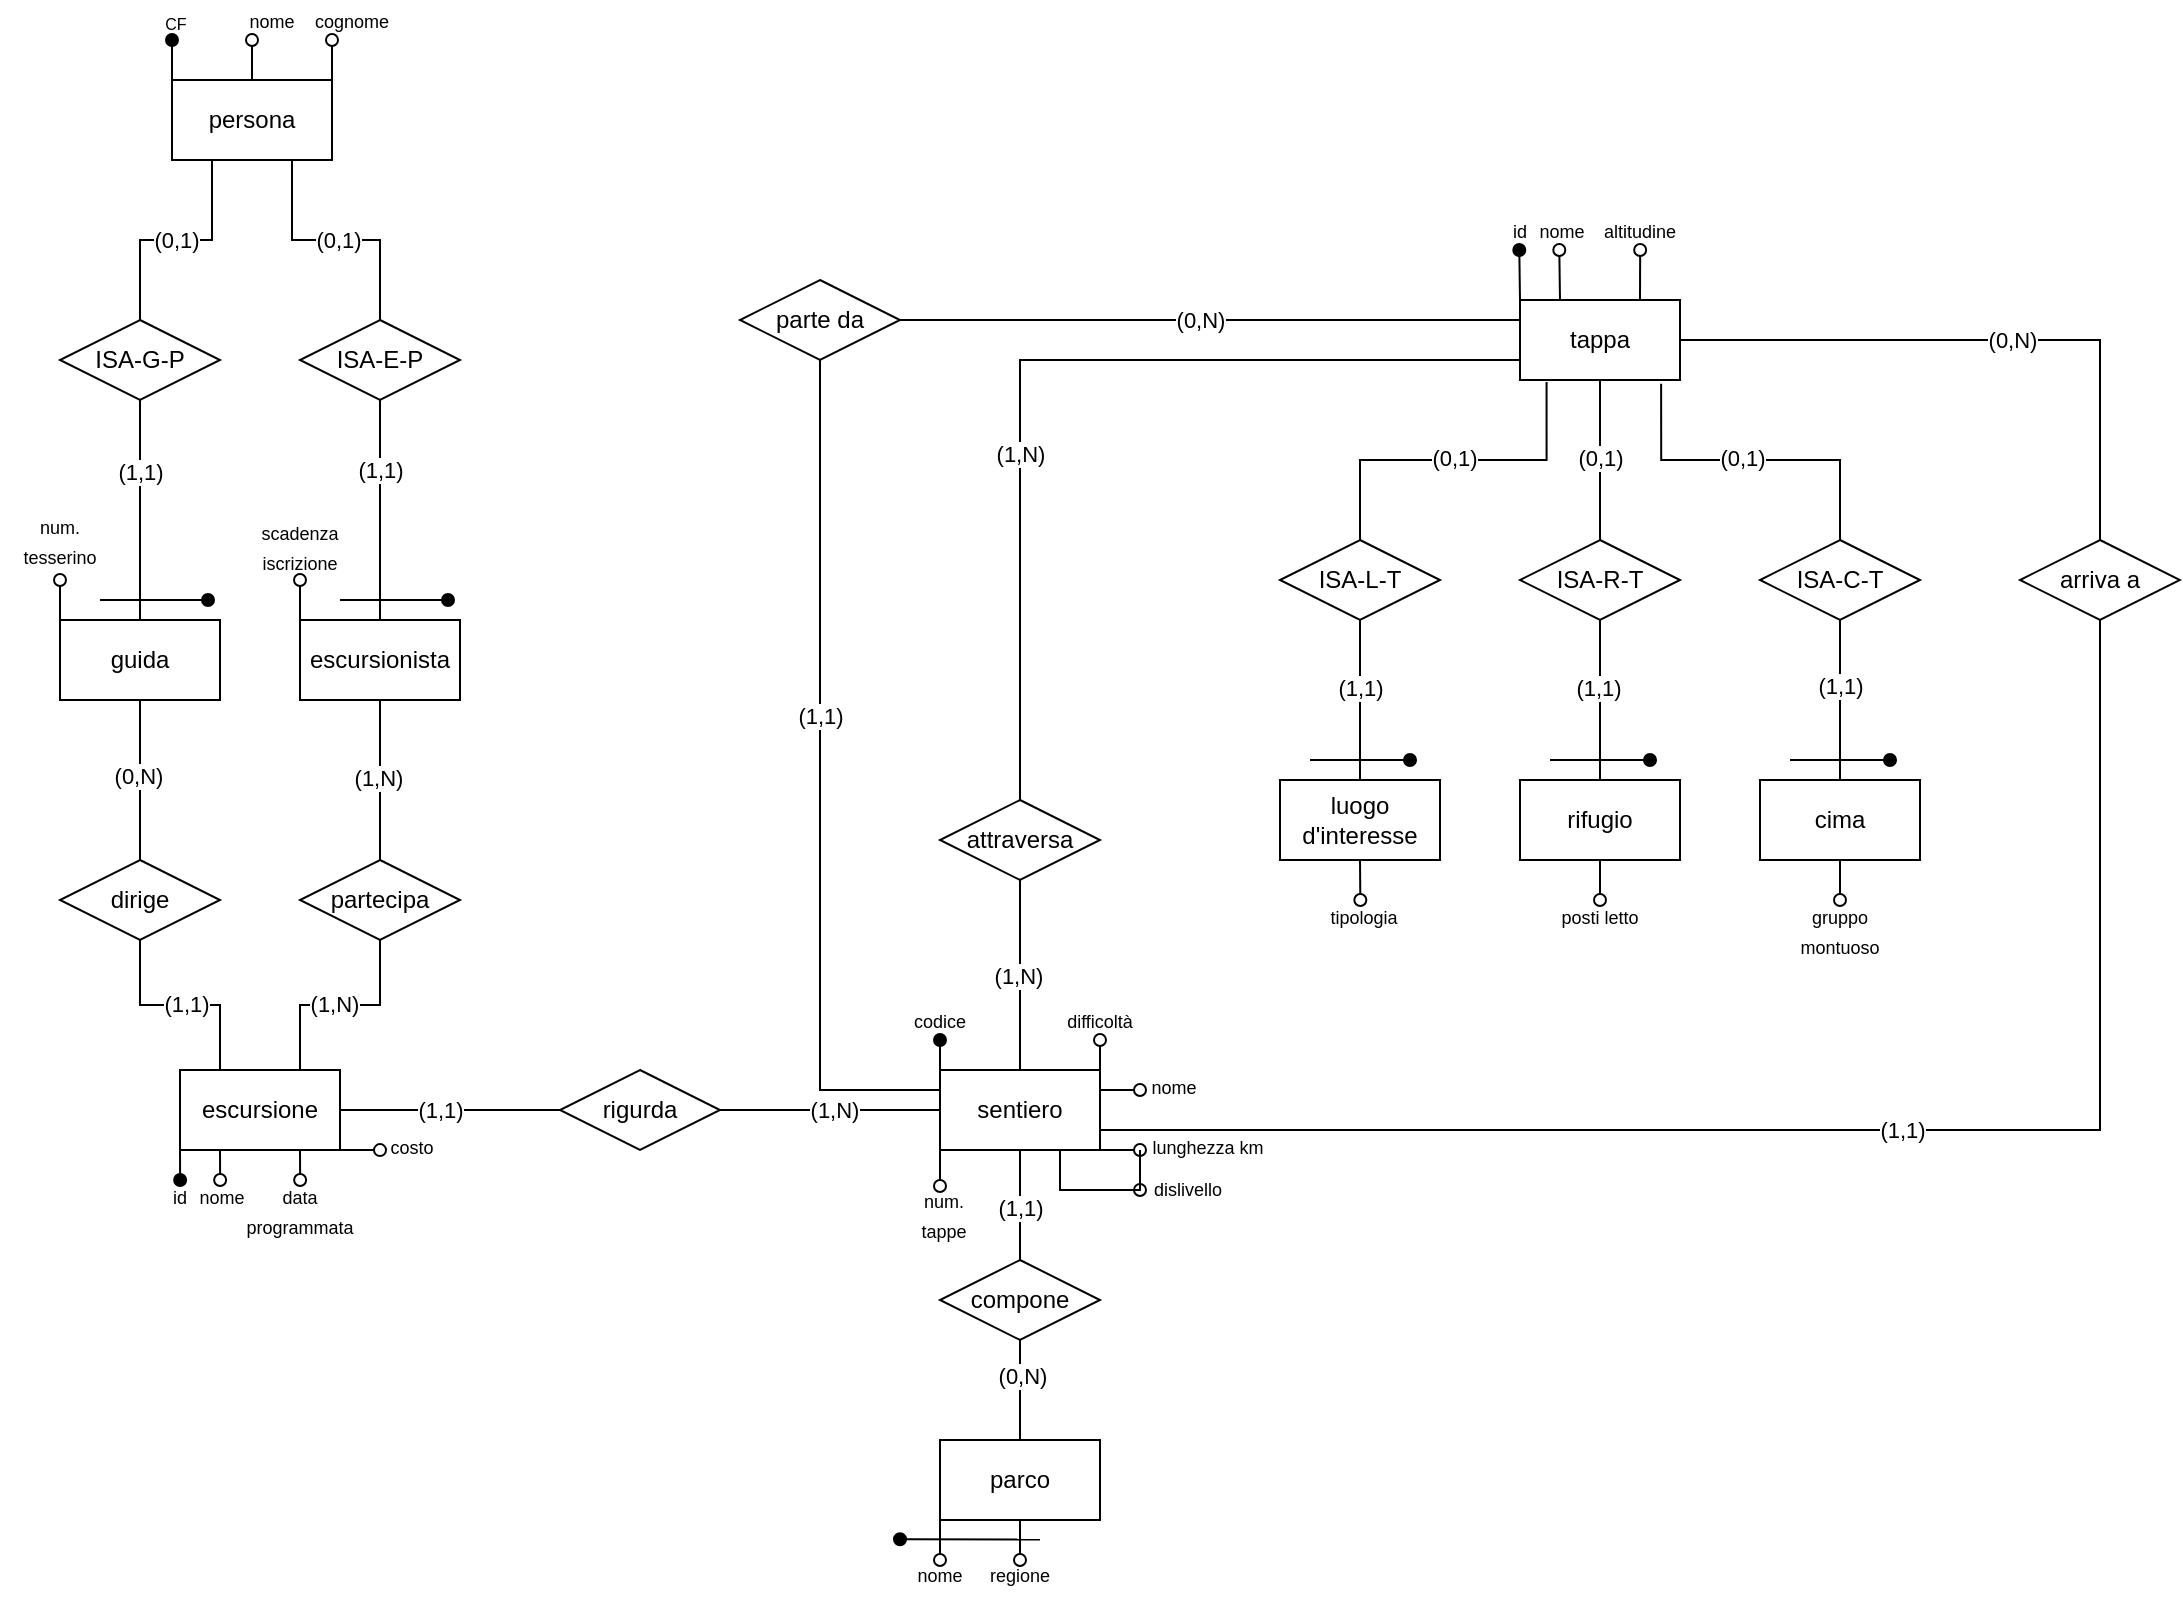
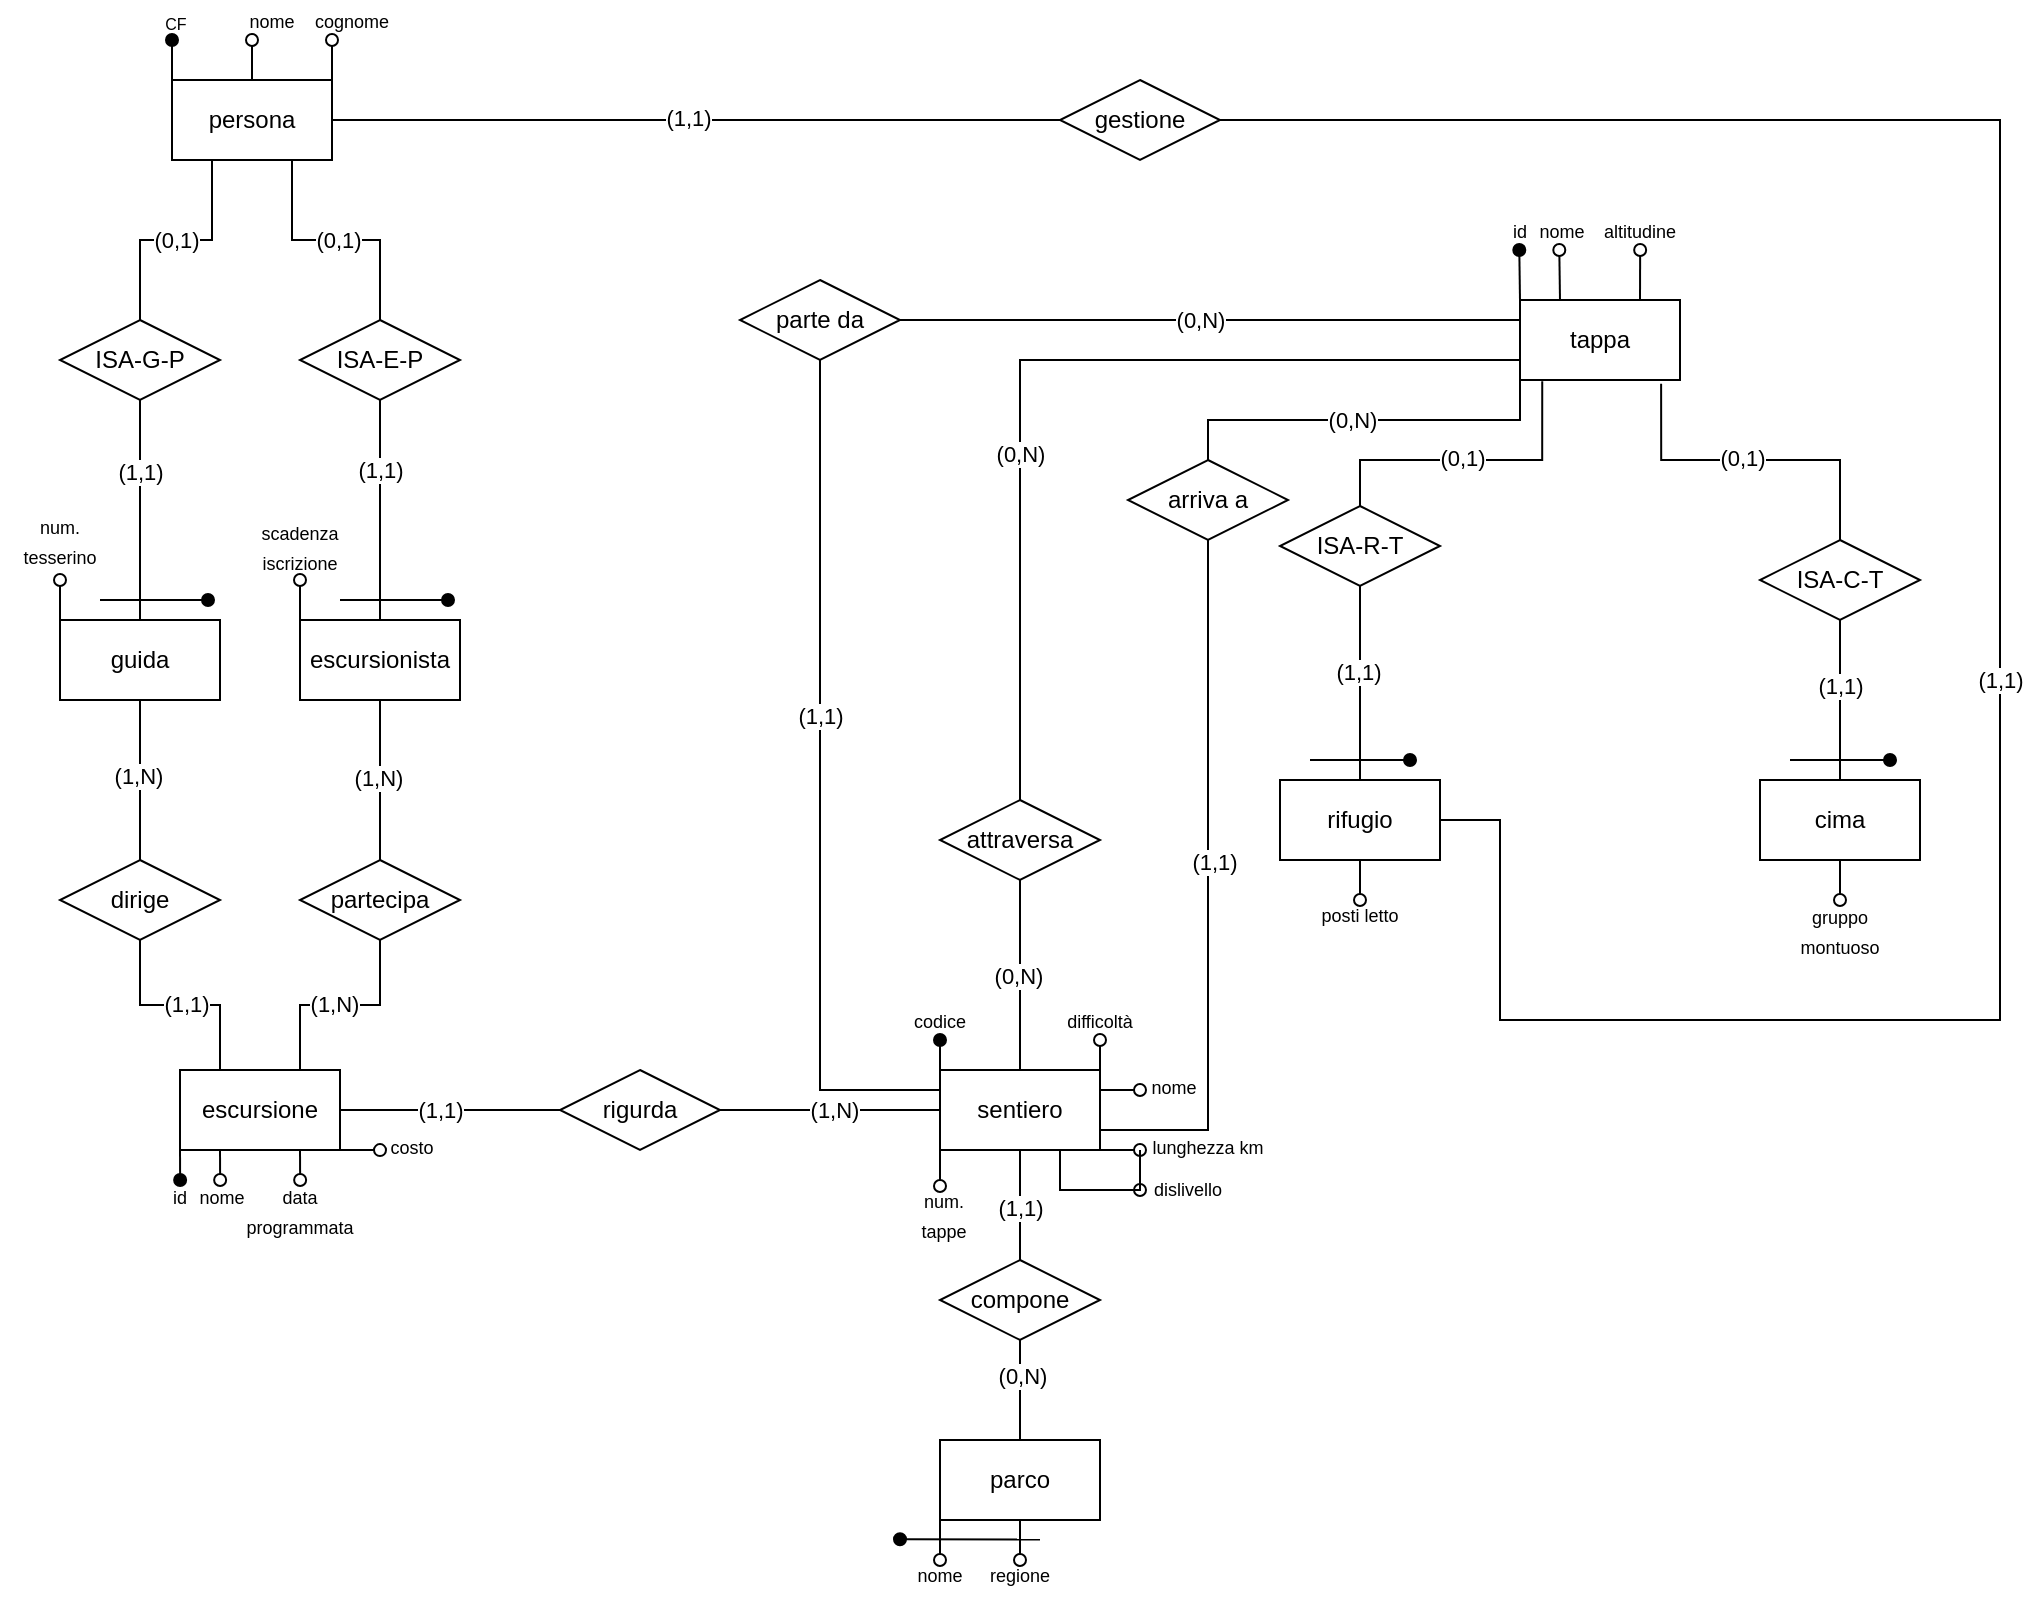
<mxfile host="app.diagrams.net">
  <diagram name="Pagina-1" id="CSESWwrJUxSe0sGHMO1a">
-     <mxGraphModel dx="1585" dy="811" grid="1" gridSize="10" guides="1" tooltips="1" connect="1" arrows="1" fold="1" page="1" pageScale="1" pageWidth="827" pageHeight="1169" math="0" shadow="0">
+     <mxGraphModel dx="706" dy="857" grid="1" gridSize="10" guides="1" tooltips="1" connect="1" arrows="1" fold="1" page="1" pageScale="1" pageWidth="827" pageHeight="1169" math="0" shadow="0">
      <root>
        <mxCell id="0" />
        <mxCell id="1" parent="0" />
        <mxCell id="YPSTUEnGd_TaNEYFvyAr-14" edge="1" parent="1" source="b_x4sNb3qKZ5kGKKdVE0-4" style="edgeStyle=orthogonalEdgeStyle;rounded=0;orthogonalLoop=1;jettySize=auto;html=1;exitX=0;exitY=0;exitDx=0;exitDy=0;endArrow=oval;endFill=1;">
          <mxGeometry relative="1" as="geometry">
            <mxPoint x="126" y="70" as="targetPoint" />
          </mxGeometry>
        </mxCell>
        <mxCell id="YPSTUEnGd_TaNEYFvyAr-17" edge="1" parent="1" source="b_x4sNb3qKZ5kGKKdVE0-4" style="edgeStyle=orthogonalEdgeStyle;rounded=0;orthogonalLoop=1;jettySize=auto;html=1;exitX=1;exitY=0;exitDx=0;exitDy=0;endArrow=oval;endFill=0;">
          <mxGeometry relative="1" as="geometry">
            <mxPoint x="206" y="70" as="targetPoint" />
          </mxGeometry>
        </mxCell>
        <mxCell id="YPSTUEnGd_TaNEYFvyAr-18" edge="1" parent="1" source="b_x4sNb3qKZ5kGKKdVE0-4" style="edgeStyle=orthogonalEdgeStyle;rounded=0;orthogonalLoop=1;jettySize=auto;html=1;exitX=0.5;exitY=0;exitDx=0;exitDy=0;endArrow=oval;endFill=0;">
          <mxGeometry relative="1" as="geometry">
            <mxPoint x="166" y="70" as="targetPoint" />
          </mxGeometry>
        </mxCell>
        <mxCell id="b_x4sNb3qKZ5kGKKdVE0-4" parent="1" style="rounded=0;whiteSpace=wrap;html=1;" value="persona" vertex="1">
          <mxGeometry height="40" width="80" x="126" y="90" as="geometry" />
        </mxCell>
        <mxCell id="b_x4sNb3qKZ5kGKKdVE0-25" edge="1" parent="1" source="b_x4sNb3qKZ5kGKKdVE0-9" style="edgeStyle=orthogonalEdgeStyle;rounded=0;orthogonalLoop=1;jettySize=auto;html=1;exitX=0.5;exitY=1;exitDx=0;exitDy=0;entryX=0.5;entryY=0;entryDx=0;entryDy=0;endArrow=none;endFill=0;" target="b_x4sNb3qKZ5kGKKdVE0-22">
          <mxGeometry relative="1" as="geometry" />
        </mxCell>
-         <mxCell id="b_x4sNb3qKZ5kGKKdVE0-33" connectable="0" parent="b_x4sNb3qKZ5kGKKdVE0-25" style="edgeLabel;html=1;align=center;verticalAlign=middle;resizable=0;points=[];" value="(0,N)" vertex="1">
+         <mxCell id="b_x4sNb3qKZ5kGKKdVE0-33" connectable="0" parent="b_x4sNb3qKZ5kGKKdVE0-25" style="edgeLabel;html=1;align=center;verticalAlign=middle;resizable=0;points=[];" value="(1,N)" vertex="1">
          <mxGeometry relative="1" x="-0.055" y="-1" as="geometry">
            <mxPoint as="offset" />
          </mxGeometry>
        </mxCell>
        <mxCell id="YPSTUEnGd_TaNEYFvyAr-23" edge="1" parent="1" source="b_x4sNb3qKZ5kGKKdVE0-9" style="edgeStyle=orthogonalEdgeStyle;rounded=0;orthogonalLoop=1;jettySize=auto;html=1;exitX=0;exitY=0;exitDx=0;exitDy=0;endArrow=oval;endFill=0;">
          <mxGeometry relative="1" as="geometry">
            <mxPoint x="70" y="340" as="targetPoint" />
          </mxGeometry>
        </mxCell>
        <mxCell id="b_x4sNb3qKZ5kGKKdVE0-9" parent="1" style="rounded=0;whiteSpace=wrap;html=1;" value="guida" vertex="1">
          <mxGeometry height="40" width="80" x="70" y="360" as="geometry" />
        </mxCell>
        <mxCell id="b_x4sNb3qKZ5kGKKdVE0-24" edge="1" parent="1" source="b_x4sNb3qKZ5kGKKdVE0-10" style="edgeStyle=orthogonalEdgeStyle;rounded=0;orthogonalLoop=1;jettySize=auto;html=1;exitX=0.5;exitY=1;exitDx=0;exitDy=0;entryX=0.5;entryY=0;entryDx=0;entryDy=0;endArrow=none;endFill=0;" target="b_x4sNb3qKZ5kGKKdVE0-23">
          <mxGeometry relative="1" as="geometry" />
        </mxCell>
        <mxCell id="b_x4sNb3qKZ5kGKKdVE0-34" connectable="0" parent="b_x4sNb3qKZ5kGKKdVE0-24" style="edgeLabel;html=1;align=center;verticalAlign=middle;resizable=0;points=[];" value="(1,N)" vertex="1">
          <mxGeometry relative="1" x="0.02" y="-1" as="geometry">
            <mxPoint y="-2" as="offset" />
          </mxGeometry>
        </mxCell>
        <mxCell id="TmGIuRS5Ewl7evkuvUc3-1" edge="1" parent="1" source="b_x4sNb3qKZ5kGKKdVE0-10" style="edgeStyle=orthogonalEdgeStyle;rounded=0;orthogonalLoop=1;jettySize=auto;html=1;exitX=0;exitY=0;exitDx=0;exitDy=0;endArrow=oval;endFill=0;">
          <mxGeometry relative="1" as="geometry">
            <mxPoint x="190" y="340" as="targetPoint" />
          </mxGeometry>
        </mxCell>
        <mxCell id="b_x4sNb3qKZ5kGKKdVE0-10" parent="1" style="rounded=0;whiteSpace=wrap;html=1;" value="escursionista" vertex="1">
          <mxGeometry height="40" width="80" x="190" y="360" as="geometry" />
        </mxCell>
        <mxCell id="b_x4sNb3qKZ5kGKKdVE0-11" edge="1" parent="1" source="b_x4sNb3qKZ5kGKKdVE0-10" style="endArrow=none;html=1;rounded=0;exitX=0.5;exitY=0;exitDx=0;exitDy=0;entryX=0.5;entryY=1;entryDx=0;entryDy=0;" target="y3t_Pn4YeOU9g6BC5Q36-2" value="">
          <mxGeometry height="50" relative="1" width="50" as="geometry">
            <mxPoint x="440" y="590" as="sourcePoint" />
            <mxPoint x="230" y="290" as="targetPoint" />
          </mxGeometry>
        </mxCell>
        <mxCell id="y3t_Pn4YeOU9g6BC5Q36-7" connectable="0" parent="b_x4sNb3qKZ5kGKKdVE0-11" style="edgeLabel;html=1;align=center;verticalAlign=middle;resizable=0;points=[];" value="(1,1)" vertex="1">
          <mxGeometry relative="1" x="0.3107" as="geometry">
            <mxPoint y="-3" as="offset" />
          </mxGeometry>
        </mxCell>
        <mxCell id="b_x4sNb3qKZ5kGKKdVE0-12" edge="1" parent="1" source="b_x4sNb3qKZ5kGKKdVE0-9" style="endArrow=none;html=1;rounded=0;exitX=0.5;exitY=0;exitDx=0;exitDy=0;entryX=0.5;entryY=1;entryDx=0;entryDy=0;" target="y3t_Pn4YeOU9g6BC5Q36-1" value="">
          <mxGeometry height="50" relative="1" width="50" as="geometry">
            <mxPoint x="440" y="590" as="sourcePoint" />
            <mxPoint x="110" y="270" as="targetPoint" />
          </mxGeometry>
        </mxCell>
        <mxCell id="y3t_Pn4YeOU9g6BC5Q36-8" connectable="0" parent="b_x4sNb3qKZ5kGKKdVE0-12" style="edgeLabel;html=1;align=center;verticalAlign=middle;resizable=0;points=[];" value="(1,1)" vertex="1">
          <mxGeometry relative="1" x="0.3581" as="geometry">
            <mxPoint as="offset" />
          </mxGeometry>
        </mxCell>
        <mxCell id="b_x4sNb3qKZ5kGKKdVE0-30" edge="1" parent="1" source="b_x4sNb3qKZ5kGKKdVE0-22" style="edgeStyle=orthogonalEdgeStyle;rounded=0;orthogonalLoop=1;jettySize=auto;html=1;exitX=0.5;exitY=1;exitDx=0;exitDy=0;entryX=0.25;entryY=0;entryDx=0;entryDy=0;endArrow=none;endFill=0;" target="b_x4sNb3qKZ5kGKKdVE0-27">
          <mxGeometry relative="1" as="geometry" />
        </mxCell>
        <mxCell id="b_x4sNb3qKZ5kGKKdVE0-32" connectable="0" parent="b_x4sNb3qKZ5kGKKdVE0-30" style="edgeLabel;html=1;align=center;verticalAlign=middle;resizable=0;points=[];" value="(1,1)" vertex="1">
          <mxGeometry relative="1" x="0.0467" y="1" as="geometry">
            <mxPoint as="offset" />
          </mxGeometry>
        </mxCell>
        <mxCell id="b_x4sNb3qKZ5kGKKdVE0-22" parent="1" style="rhombus;whiteSpace=wrap;html=1;" value="dirige" vertex="1">
          <mxGeometry height="40" width="80" x="70" y="480" as="geometry" />
        </mxCell>
        <mxCell id="b_x4sNb3qKZ5kGKKdVE0-29" edge="1" parent="1" source="b_x4sNb3qKZ5kGKKdVE0-23" style="edgeStyle=orthogonalEdgeStyle;rounded=0;orthogonalLoop=1;jettySize=auto;html=1;exitX=0.5;exitY=1;exitDx=0;exitDy=0;entryX=0.75;entryY=0;entryDx=0;entryDy=0;endArrow=none;endFill=0;" target="b_x4sNb3qKZ5kGKKdVE0-27">
          <mxGeometry relative="1" as="geometry">
            <mxPoint x="340" y="560" as="targetPoint" />
          </mxGeometry>
        </mxCell>
        <mxCell id="b_x4sNb3qKZ5kGKKdVE0-31" connectable="0" parent="b_x4sNb3qKZ5kGKKdVE0-29" style="edgeLabel;html=1;align=center;verticalAlign=middle;resizable=0;points=[];" value="(1,N)" vertex="1">
          <mxGeometry relative="1" x="-0.0467" y="-1" as="geometry">
            <mxPoint x="-6" as="offset" />
          </mxGeometry>
        </mxCell>
        <mxCell id="b_x4sNb3qKZ5kGKKdVE0-23" parent="1" style="rhombus;whiteSpace=wrap;html=1;" value="partecipa" vertex="1">
          <mxGeometry height="40" width="80" x="190" y="480" as="geometry" />
        </mxCell>
        <mxCell id="b_x4sNb3qKZ5kGKKdVE0-37" edge="1" parent="1" source="b_x4sNb3qKZ5kGKKdVE0-27" style="edgeStyle=orthogonalEdgeStyle;rounded=0;orthogonalLoop=1;jettySize=auto;html=1;exitX=1;exitY=0.5;exitDx=0;exitDy=0;entryX=0;entryY=0.5;entryDx=0;entryDy=0;endArrow=none;endFill=0;" target="b_x4sNb3qKZ5kGKKdVE0-36">
          <mxGeometry relative="1" as="geometry" />
        </mxCell>
        <mxCell id="b_x4sNb3qKZ5kGKKdVE0-38" connectable="0" parent="b_x4sNb3qKZ5kGKKdVE0-37" style="edgeLabel;html=1;align=center;verticalAlign=middle;resizable=0;points=[];" value="(1,1)" vertex="1">
          <mxGeometry relative="1" x="-0.0986" as="geometry">
            <mxPoint as="offset" />
          </mxGeometry>
        </mxCell>
        <mxCell id="YPSTUEnGd_TaNEYFvyAr-58" edge="1" parent="1" source="b_x4sNb3qKZ5kGKKdVE0-27" style="edgeStyle=orthogonalEdgeStyle;rounded=0;orthogonalLoop=1;jettySize=auto;html=1;exitX=0;exitY=1;exitDx=0;exitDy=0;endArrow=oval;endFill=1;">
          <mxGeometry relative="1" as="geometry">
            <mxPoint x="130.07228915662648" y="640" as="targetPoint" />
          </mxGeometry>
        </mxCell>
        <mxCell id="YPSTUEnGd_TaNEYFvyAr-60" edge="1" parent="1" source="b_x4sNb3qKZ5kGKKdVE0-27" style="edgeStyle=orthogonalEdgeStyle;rounded=0;orthogonalLoop=1;jettySize=auto;html=1;exitX=0.25;exitY=1;exitDx=0;exitDy=0;endArrow=oval;endFill=0;">
          <mxGeometry relative="1" as="geometry">
            <mxPoint x="150.07228915662648" y="640" as="targetPoint" />
          </mxGeometry>
        </mxCell>
        <mxCell id="YPSTUEnGd_TaNEYFvyAr-62" edge="1" parent="1" source="b_x4sNb3qKZ5kGKKdVE0-27" style="edgeStyle=orthogonalEdgeStyle;rounded=0;orthogonalLoop=1;jettySize=auto;html=1;exitX=0.75;exitY=1;exitDx=0;exitDy=0;endArrow=oval;endFill=0;">
          <mxGeometry relative="1" as="geometry">
            <mxPoint x="190.07228915662648" y="640" as="targetPoint" />
          </mxGeometry>
        </mxCell>
        <mxCell id="YPSTUEnGd_TaNEYFvyAr-64" edge="1" parent="1" source="b_x4sNb3qKZ5kGKKdVE0-27" style="edgeStyle=orthogonalEdgeStyle;rounded=0;orthogonalLoop=1;jettySize=auto;html=1;exitX=1;exitY=1;exitDx=0;exitDy=0;endArrow=oval;endFill=0;">
          <mxGeometry relative="1" as="geometry">
            <mxPoint x="230" y="625.0481927710842" as="targetPoint" />
          </mxGeometry>
        </mxCell>
        <mxCell id="b_x4sNb3qKZ5kGKKdVE0-27" parent="1" style="rounded=0;whiteSpace=wrap;html=1;" value="escursione" vertex="1">
          <mxGeometry height="40" width="80" x="130" y="585" as="geometry" />
        </mxCell>
        <mxCell id="b_x4sNb3qKZ5kGKKdVE0-45" edge="1" parent="1" source="b_x4sNb3qKZ5kGKKdVE0-35" style="edgeStyle=orthogonalEdgeStyle;rounded=0;orthogonalLoop=1;jettySize=auto;html=1;endArrow=none;endFill=0;" target="b_x4sNb3qKZ5kGKKdVE0-43" value="">
          <mxGeometry relative="1" as="geometry" />
        </mxCell>
-         <mxCell id="b_x4sNb3qKZ5kGKKdVE0-47" connectable="0" parent="b_x4sNb3qKZ5kGKKdVE0-45" style="edgeLabel;html=1;align=center;verticalAlign=middle;resizable=0;points=[];" value="(1,N)" vertex="1">
+         <mxCell id="b_x4sNb3qKZ5kGKKdVE0-47" connectable="0" parent="b_x4sNb3qKZ5kGKKdVE0-45" style="edgeLabel;html=1;align=center;verticalAlign=middle;resizable=0;points=[];" value="(0,N)" vertex="1">
          <mxGeometry relative="1" x="0.005" y="1" as="geometry">
            <mxPoint as="offset" />
          </mxGeometry>
        </mxCell>
        <mxCell id="YPSTUEnGd_TaNEYFvyAr-37" edge="1" parent="1" source="b_x4sNb3qKZ5kGKKdVE0-35" style="edgeStyle=orthogonalEdgeStyle;rounded=0;orthogonalLoop=1;jettySize=auto;html=1;exitX=0;exitY=0;exitDx=0;exitDy=0;endArrow=oval;endFill=1;">
          <mxGeometry relative="1" as="geometry">
            <mxPoint x="510" y="570" as="targetPoint" />
          </mxGeometry>
        </mxCell>
        <mxCell id="YPSTUEnGd_TaNEYFvyAr-39" edge="1" parent="1" source="b_x4sNb3qKZ5kGKKdVE0-35" style="edgeStyle=orthogonalEdgeStyle;rounded=0;orthogonalLoop=1;jettySize=auto;html=1;exitX=1;exitY=0;exitDx=0;exitDy=0;endArrow=oval;endFill=0;">
          <mxGeometry relative="1" as="geometry">
            <mxPoint x="590" y="570" as="targetPoint" />
          </mxGeometry>
        </mxCell>
        <mxCell id="YPSTUEnGd_TaNEYFvyAr-41" edge="1" parent="1" source="b_x4sNb3qKZ5kGKKdVE0-35" style="edgeStyle=orthogonalEdgeStyle;rounded=0;orthogonalLoop=1;jettySize=auto;html=1;exitX=1;exitY=0.25;exitDx=0;exitDy=0;endArrow=oval;endFill=0;">
          <mxGeometry relative="1" as="geometry">
            <mxPoint x="610" y="595" as="targetPoint" />
          </mxGeometry>
        </mxCell>
        <mxCell id="YPSTUEnGd_TaNEYFvyAr-43" edge="1" parent="1" source="b_x4sNb3qKZ5kGKKdVE0-35" style="edgeStyle=orthogonalEdgeStyle;rounded=0;orthogonalLoop=1;jettySize=auto;html=1;exitX=1;exitY=1;exitDx=0;exitDy=0;endArrow=oval;endFill=0;">
          <mxGeometry relative="1" as="geometry">
            <mxPoint x="610" y="625" as="targetPoint" />
          </mxGeometry>
        </mxCell>
        <mxCell id="YPSTUEnGd_TaNEYFvyAr-46" edge="1" parent="1" source="b_x4sNb3qKZ5kGKKdVE0-35" style="edgeStyle=orthogonalEdgeStyle;rounded=0;orthogonalLoop=1;jettySize=auto;html=1;exitX=0.75;exitY=1;exitDx=0;exitDy=0;endArrow=oval;endFill=0;">
          <mxGeometry relative="1" as="geometry">
            <mxPoint x="610" y="645" as="targetPoint" />
          </mxGeometry>
        </mxCell>
        <mxCell id="YPSTUEnGd_TaNEYFvyAr-71" edge="1" parent="1" style="edgeStyle=orthogonalEdgeStyle;rounded=0;orthogonalLoop=1;jettySize=auto;html=1;exitX=0;exitY=1;exitDx=0;exitDy=0;endArrow=oval;endFill=0;">
          <mxGeometry relative="1" as="geometry">
            <mxPoint x="510" y="618" as="sourcePoint" />
            <mxPoint x="510" y="643" as="targetPoint" />
          </mxGeometry>
        </mxCell>
        <mxCell id="YPSTUEnGd_TaNEYFvyAr-73" edge="1" parent="1" source="b_x4sNb3qKZ5kGKKdVE0-35" style="edgeStyle=orthogonalEdgeStyle;rounded=0;orthogonalLoop=1;jettySize=auto;html=1;exitX=0;exitY=0.25;exitDx=0;exitDy=0;endArrow=none;endFill=0;entryX=0.5;entryY=1;entryDx=0;entryDy=0;" target="YPSTUEnGd_TaNEYFvyAr-74">
          <mxGeometry relative="1" as="geometry">
            <mxPoint x="440" y="330" as="targetPoint" />
          </mxGeometry>
        </mxCell>
        <mxCell id="YPSTUEnGd_TaNEYFvyAr-76" connectable="0" parent="YPSTUEnGd_TaNEYFvyAr-73" style="edgeLabel;html=1;align=center;verticalAlign=middle;resizable=0;points=[];" value="(1,1)" vertex="1">
          <mxGeometry relative="1" x="0.1627" as="geometry">
            <mxPoint as="offset" />
          </mxGeometry>
        </mxCell>
        <mxCell id="YPSTUEnGd_TaNEYFvyAr-78" edge="1" parent="1" source="b_x4sNb3qKZ5kGKKdVE0-35" style="edgeStyle=orthogonalEdgeStyle;rounded=0;orthogonalLoop=1;jettySize=auto;html=1;exitX=1;exitY=0.75;exitDx=0;exitDy=0;entryX=0.5;entryY=1;entryDx=0;entryDy=0;endArrow=none;endFill=0;" target="YPSTUEnGd_TaNEYFvyAr-79">
          <mxGeometry relative="1" as="geometry">
            <mxPoint x="1100" y="615" as="targetPoint" />
          </mxGeometry>
        </mxCell>
        <mxCell id="YPSTUEnGd_TaNEYFvyAr-80" connectable="0" parent="YPSTUEnGd_TaNEYFvyAr-78" style="edgeLabel;html=1;align=center;verticalAlign=middle;resizable=0;points=[];" value="(1,1)" vertex="1">
          <mxGeometry relative="1" x="0.0624" y="-3" as="geometry">
            <mxPoint y="-3" as="offset" />
          </mxGeometry>
        </mxCell>
        <mxCell id="b_x4sNb3qKZ5kGKKdVE0-35" parent="1" style="rounded=0;whiteSpace=wrap;html=1;" value="sentiero" vertex="1">
          <mxGeometry height="40" width="80" x="510" y="585" as="geometry" />
        </mxCell>
        <mxCell id="b_x4sNb3qKZ5kGKKdVE0-39" edge="1" parent="1" source="b_x4sNb3qKZ5kGKKdVE0-36" style="edgeStyle=orthogonalEdgeStyle;rounded=0;orthogonalLoop=1;jettySize=auto;html=1;exitX=1;exitY=0.5;exitDx=0;exitDy=0;entryX=0;entryY=0.5;entryDx=0;entryDy=0;endArrow=none;endFill=0;" target="b_x4sNb3qKZ5kGKKdVE0-35">
          <mxGeometry relative="1" as="geometry" />
        </mxCell>
        <mxCell id="b_x4sNb3qKZ5kGKKdVE0-42" connectable="0" parent="b_x4sNb3qKZ5kGKKdVE0-39" style="edgeLabel;html=1;align=center;verticalAlign=middle;resizable=0;points=[];" value="(1,N)" vertex="1">
          <mxGeometry relative="1" x="0.0405" as="geometry">
            <mxPoint as="offset" />
          </mxGeometry>
        </mxCell>
        <mxCell id="b_x4sNb3qKZ5kGKKdVE0-36" parent="1" style="rhombus;whiteSpace=wrap;html=1;" value="rigurda" vertex="1">
          <mxGeometry height="40" width="80" x="320" y="585" as="geometry" />
        </mxCell>
        <mxCell id="b_x4sNb3qKZ5kGKKdVE0-46" edge="1" parent="1" source="b_x4sNb3qKZ5kGKKdVE0-43" style="edgeStyle=orthogonalEdgeStyle;rounded=0;orthogonalLoop=1;jettySize=auto;html=1;exitX=0.5;exitY=0;exitDx=0;exitDy=0;entryX=0;entryY=0.75;entryDx=0;entryDy=0;endArrow=none;endFill=0;" target="b_x4sNb3qKZ5kGKKdVE0-44">
          <mxGeometry relative="1" as="geometry" />
        </mxCell>
-         <mxCell id="b_x4sNb3qKZ5kGKKdVE0-48" connectable="0" parent="b_x4sNb3qKZ5kGKKdVE0-46" style="edgeLabel;html=1;align=center;verticalAlign=middle;resizable=0;points=[];" value="(1,N)" vertex="1">
+         <mxCell id="b_x4sNb3qKZ5kGKKdVE0-48" connectable="0" parent="b_x4sNb3qKZ5kGKKdVE0-46" style="edgeLabel;html=1;align=center;verticalAlign=middle;resizable=0;points=[];" value="(0,N)" vertex="1">
          <mxGeometry relative="1" x="-0.2644" as="geometry">
            <mxPoint as="offset" />
          </mxGeometry>
        </mxCell>
        <mxCell id="b_x4sNb3qKZ5kGKKdVE0-43" parent="1" style="rhombus;whiteSpace=wrap;html=1;" value="attraversa" vertex="1">
          <mxGeometry height="40" width="80" x="510" y="450" as="geometry" />
        </mxCell>
        <mxCell id="YPSTUEnGd_TaNEYFvyAr-48" edge="1" parent="1" source="b_x4sNb3qKZ5kGKKdVE0-44" style="edgeStyle=orthogonalEdgeStyle;rounded=0;orthogonalLoop=1;jettySize=auto;html=1;exitX=0;exitY=0;exitDx=0;exitDy=0;endArrow=oval;endFill=1;">
          <mxGeometry relative="1" as="geometry">
            <mxPoint x="799.6521739130435" y="175" as="targetPoint" />
          </mxGeometry>
        </mxCell>
        <mxCell id="YPSTUEnGd_TaNEYFvyAr-49" edge="1" parent="1" source="b_x4sNb3qKZ5kGKKdVE0-44" style="edgeStyle=orthogonalEdgeStyle;rounded=0;orthogonalLoop=1;jettySize=auto;html=1;exitX=0.25;exitY=0;exitDx=0;exitDy=0;endArrow=oval;endFill=0;">
          <mxGeometry relative="1" as="geometry">
            <mxPoint x="819.6521739130435" y="175" as="targetPoint" />
          </mxGeometry>
        </mxCell>
        <mxCell id="YPSTUEnGd_TaNEYFvyAr-52" edge="1" parent="1" source="b_x4sNb3qKZ5kGKKdVE0-44" style="edgeStyle=orthogonalEdgeStyle;rounded=0;orthogonalLoop=1;jettySize=auto;html=1;exitX=0.75;exitY=0;exitDx=0;exitDy=0;endArrow=oval;endFill=0;">
          <mxGeometry relative="1" as="geometry">
            <mxPoint x="860.0808080808081" y="175" as="targetPoint" />
          </mxGeometry>
        </mxCell>
-         <mxCell id="YPSTUEnGd_TaNEYFvyAr-81" edge="1" parent="1" source="b_x4sNb3qKZ5kGKKdVE0-44" style="edgeStyle=orthogonalEdgeStyle;rounded=0;orthogonalLoop=1;jettySize=auto;html=1;exitX=1;exitY=0.5;exitDx=0;exitDy=0;endArrow=none;endFill=0;" target="YPSTUEnGd_TaNEYFvyAr-79">
+         <mxCell id="YPSTUEnGd_TaNEYFvyAr-81" edge="1" parent="1" source="b_x4sNb3qKZ5kGKKdVE0-44" style="edgeStyle=orthogonalEdgeStyle;rounded=0;orthogonalLoop=1;jettySize=auto;html=1;exitX=0;exitY=1;exitDx=0;exitDy=0;endArrow=none;endFill=0;" target="YPSTUEnGd_TaNEYFvyAr-79">
          <mxGeometry relative="1" as="geometry" />
        </mxCell>
        <mxCell id="YPSTUEnGd_TaNEYFvyAr-82" connectable="0" parent="YPSTUEnGd_TaNEYFvyAr-81" style="edgeLabel;html=1;align=center;verticalAlign=middle;resizable=0;points=[];" value="(0,N)" vertex="1">
          <mxGeometry relative="1" x="0.0662" as="geometry">
            <mxPoint as="offset" />
          </mxGeometry>
        </mxCell>
        <mxCell id="b_x4sNb3qKZ5kGKKdVE0-44" parent="1" style="rounded=0;whiteSpace=wrap;html=1;" value="tappa" vertex="1">
          <mxGeometry height="40" width="80" x="800" y="200" as="geometry" />
        </mxCell>
        <mxCell id="b_x4sNb3qKZ5kGKKdVE0-52" edge="1" parent="1" source="b_x4sNb3qKZ5kGKKdVE0-63" style="endArrow=none;html=1;rounded=0;exitX=0.5;exitY=0;exitDx=0;exitDy=0;entryX=0.5;entryY=1;entryDx=0;entryDy=0;" target="y3t_Pn4YeOU9g6BC5Q36-13" value="">
          <mxGeometry height="50" relative="1" width="50" as="geometry">
            <mxPoint x="840" y="440" as="sourcePoint" />
            <mxPoint x="840" y="400" as="targetPoint" />
          </mxGeometry>
        </mxCell>
        <mxCell id="y3t_Pn4YeOU9g6BC5Q36-27" connectable="0" parent="b_x4sNb3qKZ5kGKKdVE0-52" style="edgeLabel;html=1;align=center;verticalAlign=middle;resizable=0;points=[];" value="(1,1)" vertex="1">
          <mxGeometry relative="1" x="0.0191" as="geometry">
            <mxPoint x="-1" y="-5" as="offset" />
          </mxGeometry>
        </mxCell>
-         <mxCell id="b_x4sNb3qKZ5kGKKdVE0-53" edge="1" parent="1" source="b_x4sNb3qKZ5kGKKdVE0-55" style="endArrow=none;html=1;rounded=0;exitX=0.5;exitY=0;exitDx=0;exitDy=0;entryX=0.5;entryY=1;entryDx=0;entryDy=0;" target="y3t_Pn4YeOU9g6BC5Q36-12" value="">
-           <mxGeometry height="50" relative="1" width="50" as="geometry">
-             <mxPoint x="780" y="420" as="sourcePoint" />
-             <mxPoint x="720" y="400" as="targetPoint" />
-           </mxGeometry>
-         </mxCell>
-         <mxCell id="y3t_Pn4YeOU9g6BC5Q36-26" connectable="0" parent="b_x4sNb3qKZ5kGKKdVE0-53" style="edgeLabel;html=1;align=center;verticalAlign=middle;resizable=0;points=[];" value="(1,1)" vertex="1">
-           <mxGeometry relative="1" x="-0.0117" y="1" as="geometry">
-             <mxPoint x="1" y="-7" as="offset" />
-           </mxGeometry>
-         </mxCell>
        <mxCell id="b_x4sNb3qKZ5kGKKdVE0-54" edge="1" parent="1" source="b_x4sNb3qKZ5kGKKdVE0-62" style="endArrow=none;html=1;rounded=0;exitX=0.5;exitY=0;exitDx=0;exitDy=0;entryX=0.5;entryY=1;entryDx=0;entryDy=0;" target="y3t_Pn4YeOU9g6BC5Q36-14" value="">
          <mxGeometry height="50" relative="1" width="50" as="geometry">
            <mxPoint x="900" y="440" as="sourcePoint" />
            <mxPoint x="960" y="400" as="targetPoint" />
          </mxGeometry>
        </mxCell>
        <mxCell id="y3t_Pn4YeOU9g6BC5Q36-28" connectable="0" parent="b_x4sNb3qKZ5kGKKdVE0-54" style="edgeLabel;html=1;align=center;verticalAlign=middle;resizable=0;points=[];" value="(1,1)" vertex="1">
          <mxGeometry relative="1" x="0.1085" as="geometry">
            <mxPoint y="-3" as="offset" />
          </mxGeometry>
        </mxCell>
-         <mxCell id="YPSTUEnGd_TaNEYFvyAr-69" edge="1" parent="1" source="b_x4sNb3qKZ5kGKKdVE0-55" style="edgeStyle=orthogonalEdgeStyle;rounded=0;orthogonalLoop=1;jettySize=auto;html=1;exitX=0.5;exitY=1;exitDx=0;exitDy=0;endArrow=oval;endFill=0;">
-           <mxGeometry relative="1" as="geometry">
-             <mxPoint x="720.1666666666667" y="500" as="targetPoint" />
-           </mxGeometry>
-         </mxCell>
-         <mxCell id="b_x4sNb3qKZ5kGKKdVE0-55" parent="1" style="rounded=0;whiteSpace=wrap;html=1;" value="luogo d&#39;interesse" vertex="1">
-           <mxGeometry height="40" width="80" x="680" y="440" as="geometry" />
-         </mxCell>
        <mxCell id="YPSTUEnGd_TaNEYFvyAr-35" edge="1" parent="1" source="b_x4sNb3qKZ5kGKKdVE0-62" style="edgeStyle=orthogonalEdgeStyle;rounded=0;orthogonalLoop=1;jettySize=auto;html=1;exitX=0.5;exitY=1;exitDx=0;exitDy=0;endArrow=oval;endFill=0;">
          <mxGeometry relative="1" as="geometry">
            <mxPoint x="960" y="500" as="targetPoint" />
          </mxGeometry>
        </mxCell>
        <mxCell id="b_x4sNb3qKZ5kGKKdVE0-62" parent="1" style="rounded=0;whiteSpace=wrap;html=1;" value="cima" vertex="1">
          <mxGeometry height="40" width="80" x="920" y="440" as="geometry" />
        </mxCell>
-         <mxCell id="YPSTUEnGd_TaNEYFvyAr-56" edge="1" parent="1" source="b_x4sNb3qKZ5kGKKdVE0-63" style="edgeStyle=orthogonalEdgeStyle;rounded=0;orthogonalLoop=1;jettySize=auto;html=1;exitX=0.5;exitY=1;exitDx=0;exitDy=0;endArrow=oval;endFill=0;">
-           <mxGeometry relative="1" as="geometry">
-             <mxPoint x="840" y="500" as="targetPoint" />
+         <mxCell id="YPSTUEnGd_TaNEYFvyAr-56" edge="1" parent="1" source="b_x4sNb3qKZ5kGKKdVE0-63" style="edgeStyle=orthogonalEdgeStyle;rounded=0;orthogonalLoop=1;jettySize=auto;html=1;endArrow=oval;endFill=0;exitX=0.5;exitY=1;exitDx=0;exitDy=0;">
+           <mxGeometry relative="1" as="geometry">
+             <Array as="points">
+               <mxPoint x="720" y="490" />
+               <mxPoint x="720" y="490" />
+             </Array>
+             <mxPoint x="714" y="489" as="sourcePoint" />
+             <mxPoint x="720" y="500" as="targetPoint" />
+           </mxGeometry>
+         </mxCell>
+         <mxCell id="W-jylE7jIWLAd8RtEP09-2" edge="1" parent="1" source="b_x4sNb3qKZ5kGKKdVE0-63" style="edgeStyle=orthogonalEdgeStyle;rounded=0;orthogonalLoop=1;jettySize=auto;html=1;exitX=1;exitY=0.5;exitDx=0;exitDy=0;entryX=1;entryY=0.5;entryDx=0;entryDy=0;endArrow=none;endFill=0;" target="W-jylE7jIWLAd8RtEP09-3">
+           <mxGeometry relative="1" as="geometry">
+             <Array as="points">
+               <mxPoint x="790" y="460" />
+               <mxPoint x="790" y="560" />
+               <mxPoint x="1040" y="560" />
+               <mxPoint x="1040" y="110" />
+             </Array>
+             <mxPoint x="910" y="110" as="targetPoint" />
+           </mxGeometry>
+         </mxCell>
+         <mxCell id="W-jylE7jIWLAd8RtEP09-7" connectable="0" parent="W-jylE7jIWLAd8RtEP09-2" style="edgeLabel;html=1;align=center;verticalAlign=middle;resizable=0;points=[];" value="(1,1)" vertex="1">
+           <mxGeometry relative="1" x="-0.0974" as="geometry">
+             <mxPoint as="offset" />
          </mxGeometry>
        </mxCell>
        <mxCell id="b_x4sNb3qKZ5kGKKdVE0-63" parent="1" style="rounded=0;whiteSpace=wrap;html=1;" value="rifugio" vertex="1">
-           <mxGeometry height="40" width="80" x="800" y="440" as="geometry" />
+           <mxGeometry height="40" width="80" x="680" y="440" as="geometry" />
        </mxCell>
        <mxCell id="YPSTUEnGd_TaNEYFvyAr-29" edge="1" parent="1" source="b_x4sNb3qKZ5kGKKdVE0-64" style="edgeStyle=orthogonalEdgeStyle;rounded=0;orthogonalLoop=1;jettySize=auto;html=1;exitX=0;exitY=1;exitDx=0;exitDy=0;endArrow=oval;endFill=0;">
          <mxGeometry relative="1" as="geometry">
            <mxPoint x="510" y="830" as="targetPoint" />
          </mxGeometry>
        </mxCell>
        <mxCell id="YPSTUEnGd_TaNEYFvyAr-31" edge="1" parent="1" source="b_x4sNb3qKZ5kGKKdVE0-64" style="edgeStyle=orthogonalEdgeStyle;rounded=0;orthogonalLoop=1;jettySize=auto;html=1;exitX=0.5;exitY=1;exitDx=0;exitDy=0;endArrow=oval;endFill=0;">
          <mxGeometry relative="1" as="geometry">
            <mxPoint x="550" y="830" as="targetPoint" />
          </mxGeometry>
        </mxCell>
        <mxCell id="b_x4sNb3qKZ5kGKKdVE0-64" parent="1" style="rounded=0;whiteSpace=wrap;html=1;" value="parco" vertex="1">
          <mxGeometry height="40" width="80" x="510" y="770" as="geometry" />
        </mxCell>
        <mxCell id="b_x4sNb3qKZ5kGKKdVE0-67" edge="1" parent="1" source="b_x4sNb3qKZ5kGKKdVE0-66" style="edgeStyle=orthogonalEdgeStyle;rounded=0;orthogonalLoop=1;jettySize=auto;html=1;exitX=0.5;exitY=1;exitDx=0;exitDy=0;entryX=0.5;entryY=0;entryDx=0;entryDy=0;endArrow=none;endFill=0;" target="b_x4sNb3qKZ5kGKKdVE0-64">
          <mxGeometry relative="1" as="geometry" />
        </mxCell>
        <mxCell id="b_x4sNb3qKZ5kGKKdVE0-71" connectable="0" parent="b_x4sNb3qKZ5kGKKdVE0-67" style="edgeLabel;html=1;align=center;verticalAlign=middle;resizable=0;points=[];" value="(0,N)" vertex="1">
          <mxGeometry relative="1" x="-0.2999" y="1" as="geometry">
            <mxPoint as="offset" />
          </mxGeometry>
        </mxCell>
        <mxCell id="b_x4sNb3qKZ5kGKKdVE0-68" edge="1" parent="1" source="b_x4sNb3qKZ5kGKKdVE0-66" style="edgeStyle=orthogonalEdgeStyle;rounded=0;orthogonalLoop=1;jettySize=auto;html=1;exitX=0.5;exitY=0;exitDx=0;exitDy=0;entryX=0.5;entryY=1;entryDx=0;entryDy=0;endArrow=none;endFill=0;" target="b_x4sNb3qKZ5kGKKdVE0-35">
          <mxGeometry relative="1" as="geometry" />
        </mxCell>
        <mxCell id="b_x4sNb3qKZ5kGKKdVE0-69" connectable="0" parent="b_x4sNb3qKZ5kGKKdVE0-68" style="edgeLabel;html=1;align=center;verticalAlign=middle;resizable=0;points=[];" value="(1,1)" vertex="1">
          <mxGeometry relative="1" x="-0.0572" y="2" as="geometry">
            <mxPoint x="2" as="offset" />
          </mxGeometry>
        </mxCell>
        <mxCell id="b_x4sNb3qKZ5kGKKdVE0-66" parent="1" style="rhombus;whiteSpace=wrap;html=1;" value="compone" vertex="1">
          <mxGeometry height="40" width="80" x="510" y="680" as="geometry" />
        </mxCell>
        <mxCell id="YPSTUEnGd_TaNEYFvyAr-15" parent="1" style="text;html=1;whiteSpace=wrap;strokeColor=none;fillColor=none;align=center;verticalAlign=middle;rounded=0;fontSize=8;" value="CF" vertex="1">
          <mxGeometry height="20" width="40" x="108" y="51.5" as="geometry" />
        </mxCell>
        <mxCell id="YPSTUEnGd_TaNEYFvyAr-19" parent="1" style="text;html=1;whiteSpace=wrap;strokeColor=none;fillColor=none;align=center;verticalAlign=middle;rounded=0;" value="&lt;font style=&quot;font-size: 9px;&quot;&gt;nome&lt;/font&gt;" vertex="1">
          <mxGeometry height="20" width="40" x="156" y="50" as="geometry" />
        </mxCell>
        <mxCell id="YPSTUEnGd_TaNEYFvyAr-20" parent="1" style="text;html=1;whiteSpace=wrap;strokeColor=none;fillColor=none;align=center;verticalAlign=middle;rounded=0;" value="&lt;font style=&quot;font-size: 9px;&quot;&gt;cognome&lt;/font&gt;" vertex="1">
          <mxGeometry height="15" width="40" x="196" y="52.5" as="geometry" />
        </mxCell>
        <mxCell id="YPSTUEnGd_TaNEYFvyAr-24" parent="1" style="text;html=1;whiteSpace=wrap;strokeColor=none;fillColor=none;align=center;verticalAlign=middle;rounded=0;" value="&lt;font style=&quot;font-size: 9px;&quot;&gt;num. tesserino&lt;/font&gt;" vertex="1">
          <mxGeometry height="20" width="60" x="40" y="310" as="geometry" />
        </mxCell>
        <mxCell id="YPSTUEnGd_TaNEYFvyAr-30" parent="1" style="text;html=1;whiteSpace=wrap;strokeColor=none;fillColor=none;align=center;verticalAlign=middle;rounded=0;" value="&lt;font style=&quot;font-size: 9px;&quot;&gt;nome&lt;/font&gt;" vertex="1">
          <mxGeometry height="30" width="60" x="480" y="822" as="geometry" />
        </mxCell>
        <mxCell id="YPSTUEnGd_TaNEYFvyAr-32" parent="1" style="text;html=1;whiteSpace=wrap;strokeColor=none;fillColor=none;align=center;verticalAlign=middle;rounded=0;" value="&lt;font style=&quot;font-size: 9px;&quot;&gt;regione&lt;/font&gt;" vertex="1">
          <mxGeometry height="30" width="60" x="520" y="822" as="geometry" />
        </mxCell>
        <mxCell id="YPSTUEnGd_TaNEYFvyAr-34" edge="1" parent="1" style="endArrow=none;html=1;rounded=0;startArrow=oval;startFill=1;" value="">
          <mxGeometry height="50" relative="1" width="50" as="geometry">
            <mxPoint x="490" y="819.5999999999999" as="sourcePoint" />
            <mxPoint x="560" y="819.8" as="targetPoint" />
          </mxGeometry>
        </mxCell>
        <mxCell id="YPSTUEnGd_TaNEYFvyAr-36" parent="1" style="text;html=1;whiteSpace=wrap;strokeColor=none;fillColor=none;align=center;verticalAlign=middle;rounded=0;" value="&lt;font style=&quot;font-size: 9px;&quot;&gt;gruppo montuoso&lt;/font&gt;" vertex="1">
          <mxGeometry height="30" width="60" x="930" y="500" as="geometry" />
        </mxCell>
        <mxCell id="YPSTUEnGd_TaNEYFvyAr-38" parent="1" style="text;html=1;whiteSpace=wrap;strokeColor=none;fillColor=none;align=center;verticalAlign=middle;rounded=0;" value="&lt;font style=&quot;font-size: 9px;&quot;&gt;codice&lt;/font&gt;" vertex="1">
          <mxGeometry height="20" width="40" x="490" y="550" as="geometry" />
        </mxCell>
        <mxCell id="YPSTUEnGd_TaNEYFvyAr-40" parent="1" style="text;html=1;whiteSpace=wrap;strokeColor=none;fillColor=none;align=center;verticalAlign=middle;rounded=0;" value="&lt;font style=&quot;font-size: 9px;&quot;&gt;difficoltà&lt;/font&gt;" vertex="1">
          <mxGeometry height="20" width="60" x="560" y="550" as="geometry" />
        </mxCell>
        <mxCell id="YPSTUEnGd_TaNEYFvyAr-42" parent="1" style="text;html=1;whiteSpace=wrap;strokeColor=none;fillColor=none;align=center;verticalAlign=middle;rounded=0;" value="&lt;font style=&quot;font-size: 9px;&quot;&gt;nome&lt;/font&gt;" vertex="1">
          <mxGeometry height="20" width="40" x="607" y="583" as="geometry" />
        </mxCell>
        <mxCell id="YPSTUEnGd_TaNEYFvyAr-44" parent="1" style="text;html=1;whiteSpace=wrap;strokeColor=none;fillColor=none;align=center;verticalAlign=middle;rounded=0;" value="&lt;font style=&quot;font-size: 9px;&quot;&gt;lunghezza km&lt;/font&gt;" vertex="1">
          <mxGeometry height="20" width="60" x="614" y="613" as="geometry" />
        </mxCell>
        <mxCell id="YPSTUEnGd_TaNEYFvyAr-47" parent="1" style="text;html=1;whiteSpace=wrap;strokeColor=none;fillColor=none;align=center;verticalAlign=middle;rounded=0;" value="&lt;font style=&quot;font-size: 9px;&quot;&gt;dislivello&lt;/font&gt;" vertex="1">
          <mxGeometry height="30" width="60" x="604" y="629" as="geometry" />
        </mxCell>
        <mxCell id="YPSTUEnGd_TaNEYFvyAr-50" parent="1" style="text;html=1;whiteSpace=wrap;strokeColor=none;fillColor=none;align=center;verticalAlign=middle;rounded=0;" value="&lt;font style=&quot;font-size: 9px;&quot;&gt;id&lt;/font&gt;" vertex="1">
          <mxGeometry height="30" width="20" x="790" y="150" as="geometry" />
        </mxCell>
        <mxCell id="YPSTUEnGd_TaNEYFvyAr-51" parent="1" style="text;html=1;whiteSpace=wrap;strokeColor=none;fillColor=none;align=center;verticalAlign=middle;rounded=0;" value="&lt;font style=&quot;font-size: 9px;&quot;&gt;nome&lt;/font&gt;" vertex="1">
          <mxGeometry height="30" width="30" x="806" y="150" as="geometry" />
        </mxCell>
        <mxCell id="YPSTUEnGd_TaNEYFvyAr-53" parent="1" style="text;html=1;whiteSpace=wrap;strokeColor=none;fillColor=none;align=center;verticalAlign=middle;rounded=0;" value="&lt;font style=&quot;font-size: 9px;&quot;&gt;altitudine&lt;/font&gt;" vertex="1">
          <mxGeometry height="30" width="40" x="840" y="150" as="geometry" />
        </mxCell>
        <mxCell id="YPSTUEnGd_TaNEYFvyAr-57" parent="1" style="text;html=1;whiteSpace=wrap;strokeColor=none;fillColor=none;align=center;verticalAlign=middle;rounded=0;" value="&lt;font style=&quot;font-size: 9px;&quot;&gt;posti letto&lt;/font&gt;" vertex="1">
-           <mxGeometry height="30" width="44" x="818" y="493" as="geometry" />
+           <mxGeometry height="30" width="44" x="698" y="492" as="geometry" />
        </mxCell>
        <mxCell id="YPSTUEnGd_TaNEYFvyAr-59" parent="1" style="text;html=1;whiteSpace=wrap;strokeColor=none;fillColor=none;align=center;verticalAlign=middle;rounded=0;" value="&lt;font style=&quot;font-size: 9px;&quot;&gt;id&lt;/font&gt;" vertex="1">
          <mxGeometry height="20" width="30" x="115" y="638" as="geometry" />
        </mxCell>
        <mxCell id="YPSTUEnGd_TaNEYFvyAr-61" parent="1" style="text;html=1;whiteSpace=wrap;strokeColor=none;fillColor=none;align=center;verticalAlign=middle;rounded=0;" value="&lt;font style=&quot;font-size: 9px;&quot;&gt;nome&lt;/font&gt;" vertex="1">
          <mxGeometry height="10" width="30" x="136" y="643" as="geometry" />
        </mxCell>
        <mxCell id="YPSTUEnGd_TaNEYFvyAr-63" parent="1" style="text;html=1;whiteSpace=wrap;strokeColor=none;fillColor=none;align=center;verticalAlign=middle;rounded=0;" value="&lt;font style=&quot;font-size: 9px;&quot;&gt;data programmata&lt;/font&gt;" vertex="1">
          <mxGeometry height="30" width="60" x="160" y="640" as="geometry" />
        </mxCell>
        <mxCell id="YPSTUEnGd_TaNEYFvyAr-65" parent="1" style="text;html=1;whiteSpace=wrap;strokeColor=none;fillColor=none;align=center;verticalAlign=middle;rounded=0;" value="&lt;font style=&quot;font-size: 9px;&quot;&gt;costo&lt;/font&gt;" vertex="1">
          <mxGeometry height="10" width="30" x="231" y="618" as="geometry" />
        </mxCell>
-         <mxCell id="YPSTUEnGd_TaNEYFvyAr-70" parent="1" style="text;html=1;whiteSpace=wrap;strokeColor=none;fillColor=none;align=center;verticalAlign=middle;rounded=0;" value="&lt;font style=&quot;font-size: 9px;&quot;&gt;tipologia&lt;/font&gt;" vertex="1">
-           <mxGeometry height="30" width="60" x="692" y="493" as="geometry" />
-         </mxCell>
        <mxCell id="YPSTUEnGd_TaNEYFvyAr-72" parent="1" style="text;html=1;whiteSpace=wrap;strokeColor=none;fillColor=none;align=center;verticalAlign=middle;rounded=0;" value="&lt;font style=&quot;font-size: 9px;&quot;&gt;num. tappe&lt;/font&gt;" vertex="1">
          <mxGeometry height="30" width="40" x="492" y="642" as="geometry" />
        </mxCell>
        <mxCell id="y3t_Pn4YeOU9g6BC5Q36-29" edge="1" parent="1" source="YPSTUEnGd_TaNEYFvyAr-74" style="edgeStyle=orthogonalEdgeStyle;rounded=0;orthogonalLoop=1;jettySize=auto;html=1;exitX=1;exitY=0.5;exitDx=0;exitDy=0;entryX=0;entryY=0.25;entryDx=0;entryDy=0;endArrow=none;endFill=0;" target="b_x4sNb3qKZ5kGKKdVE0-44">
          <mxGeometry relative="1" as="geometry" />
        </mxCell>
        <mxCell id="y3t_Pn4YeOU9g6BC5Q36-30" connectable="0" parent="y3t_Pn4YeOU9g6BC5Q36-29" style="edgeLabel;html=1;align=center;verticalAlign=middle;resizable=0;points=[];" value="(0,N)" vertex="1">
          <mxGeometry relative="1" x="-0.0358" as="geometry">
            <mxPoint as="offset" />
          </mxGeometry>
        </mxCell>
        <mxCell id="YPSTUEnGd_TaNEYFvyAr-74" parent="1" style="rhombus;whiteSpace=wrap;html=1;" value="parte da" vertex="1">
          <mxGeometry height="40" width="80" x="410" y="190" as="geometry" />
        </mxCell>
        <mxCell id="YPSTUEnGd_TaNEYFvyAr-79" parent="1" style="rhombus;whiteSpace=wrap;html=1;" value="arriva a" vertex="1">
-           <mxGeometry height="40" width="80" x="1050" y="320" as="geometry" />
+           <mxGeometry height="40" width="80" x="604" y="280" as="geometry" />
        </mxCell>
        <mxCell id="TmGIuRS5Ewl7evkuvUc3-2" parent="1" style="text;html=1;whiteSpace=wrap;strokeColor=none;fillColor=none;align=center;verticalAlign=middle;rounded=0;" value="&lt;font style=&quot;font-size: 9px;&quot;&gt;scadenza iscrizione&lt;/font&gt;" vertex="1">
          <mxGeometry height="30" width="60" x="160" y="308" as="geometry" />
        </mxCell>
        <mxCell id="y3t_Pn4YeOU9g6BC5Q36-3" edge="1" parent="1" source="y3t_Pn4YeOU9g6BC5Q36-1" style="edgeStyle=orthogonalEdgeStyle;rounded=0;orthogonalLoop=1;jettySize=auto;html=1;exitX=0.5;exitY=0;exitDx=0;exitDy=0;entryX=0.25;entryY=1;entryDx=0;entryDy=0;endArrow=none;endFill=0;" target="b_x4sNb3qKZ5kGKKdVE0-4">
          <mxGeometry relative="1" as="geometry" />
        </mxCell>
        <mxCell id="y3t_Pn4YeOU9g6BC5Q36-6" connectable="0" parent="y3t_Pn4YeOU9g6BC5Q36-3" style="edgeLabel;html=1;align=center;verticalAlign=middle;resizable=0;points=[];" value="(0,1)" vertex="1">
          <mxGeometry relative="1" x="-0.003" y="-2" as="geometry">
            <mxPoint y="-2" as="offset" />
          </mxGeometry>
        </mxCell>
        <mxCell id="y3t_Pn4YeOU9g6BC5Q36-1" parent="1" style="rhombus;whiteSpace=wrap;html=1;" value="&lt;font&gt;ISA-G-P&lt;/font&gt;" vertex="1">
          <mxGeometry height="40" width="80" x="70" y="210" as="geometry" />
        </mxCell>
        <mxCell id="y3t_Pn4YeOU9g6BC5Q36-4" edge="1" parent="1" source="y3t_Pn4YeOU9g6BC5Q36-2" style="edgeStyle=orthogonalEdgeStyle;rounded=0;orthogonalLoop=1;jettySize=auto;html=1;exitX=0.5;exitY=0;exitDx=0;exitDy=0;entryX=0.75;entryY=1;entryDx=0;entryDy=0;endArrow=none;endFill=0;" target="b_x4sNb3qKZ5kGKKdVE0-4">
          <mxGeometry relative="1" as="geometry" />
        </mxCell>
        <mxCell id="y3t_Pn4YeOU9g6BC5Q36-5" connectable="0" parent="y3t_Pn4YeOU9g6BC5Q36-4" style="edgeLabel;html=1;align=center;verticalAlign=middle;resizable=0;points=[];" value="(0,1)" vertex="1">
          <mxGeometry relative="1" x="-0.0112" y="-2" as="geometry">
            <mxPoint y="2" as="offset" />
          </mxGeometry>
        </mxCell>
        <mxCell id="y3t_Pn4YeOU9g6BC5Q36-2" parent="1" style="rhombus;whiteSpace=wrap;html=1;" value="ISA-E-P" vertex="1">
          <mxGeometry height="40" width="80" x="190" y="210" as="geometry" />
        </mxCell>
        <mxCell id="y3t_Pn4YeOU9g6BC5Q36-9" edge="1" parent="1" style="endArrow=oval;html=1;rounded=0;endFill=1;" value="">
          <mxGeometry height="50" relative="1" width="50" as="geometry">
            <mxPoint x="210" y="350" as="sourcePoint" />
            <mxPoint x="264" y="350" as="targetPoint" />
          </mxGeometry>
        </mxCell>
        <mxCell id="y3t_Pn4YeOU9g6BC5Q36-10" edge="1" parent="1" style="endArrow=oval;html=1;rounded=0;endFill=1;" value="">
          <mxGeometry height="50" relative="1" width="50" as="geometry">
            <mxPoint x="90" y="350" as="sourcePoint" />
            <mxPoint x="144" y="350" as="targetPoint" />
          </mxGeometry>
        </mxCell>
-         <mxCell id="y3t_Pn4YeOU9g6BC5Q36-12" parent="1" style="rhombus;whiteSpace=wrap;html=1;" value="ISA-L-T" vertex="1">
-           <mxGeometry height="40" width="80" x="680" y="320" as="geometry" />
-         </mxCell>
-         <mxCell id="y3t_Pn4YeOU9g6BC5Q36-19" edge="1" parent="1" source="y3t_Pn4YeOU9g6BC5Q36-13" style="edgeStyle=orthogonalEdgeStyle;rounded=0;orthogonalLoop=1;jettySize=auto;html=1;exitX=0.5;exitY=0;exitDx=0;exitDy=0;entryX=0.5;entryY=1;entryDx=0;entryDy=0;endArrow=none;endFill=0;" target="b_x4sNb3qKZ5kGKKdVE0-44">
-           <mxGeometry relative="1" as="geometry" />
+         <mxCell id="y3t_Pn4YeOU9g6BC5Q36-19" edge="1" parent="1" source="y3t_Pn4YeOU9g6BC5Q36-13" style="edgeStyle=orthogonalEdgeStyle;rounded=0;orthogonalLoop=1;jettySize=auto;html=1;exitX=0.5;exitY=0;exitDx=0;exitDy=0;entryX=0.139;entryY=1.017;entryDx=0;entryDy=0;endArrow=none;endFill=0;entryPerimeter=0;" target="b_x4sNb3qKZ5kGKKdVE0-44">
+           <mxGeometry relative="1" as="geometry">
+             <Array as="points">
+               <mxPoint x="720" y="303" />
+               <mxPoint x="720" y="280" />
+               <mxPoint x="811" y="280" />
+             </Array>
+           </mxGeometry>
        </mxCell>
        <mxCell id="y3t_Pn4YeOU9g6BC5Q36-22" connectable="0" parent="y3t_Pn4YeOU9g6BC5Q36-19" style="edgeLabel;html=1;align=center;verticalAlign=middle;resizable=0;points=[];" value="(0,1)" vertex="1">
          <mxGeometry relative="1" x="-0.1618" y="2" as="geometry">
-             <mxPoint x="2" y="-8" as="offset" />
+             <mxPoint x="9" y="1" as="offset" />
          </mxGeometry>
        </mxCell>
        <mxCell id="y3t_Pn4YeOU9g6BC5Q36-13" parent="1" style="rhombus;whiteSpace=wrap;html=1;" value="ISA-R-T" vertex="1">
-           <mxGeometry height="40" width="80" x="800" y="320" as="geometry" />
+           <mxGeometry height="40" width="80" x="680" y="303" as="geometry" />
        </mxCell>
        <mxCell id="y3t_Pn4YeOU9g6BC5Q36-14" parent="1" style="rhombus;whiteSpace=wrap;html=1;" value="ISA-C-T" vertex="1">
          <mxGeometry height="40" width="80" x="920" y="320" as="geometry" />
-         </mxCell>
-         <mxCell id="y3t_Pn4YeOU9g6BC5Q36-17" edge="1" parent="1" source="y3t_Pn4YeOU9g6BC5Q36-12" style="edgeStyle=orthogonalEdgeStyle;rounded=0;orthogonalLoop=1;jettySize=auto;html=1;exitX=0.5;exitY=0;exitDx=0;exitDy=0;entryX=0.166;entryY=1.025;entryDx=0;entryDy=0;entryPerimeter=0;endArrow=none;endFill=0;" target="b_x4sNb3qKZ5kGKKdVE0-44">
-           <mxGeometry relative="1" as="geometry" />
-         </mxCell>
-         <mxCell id="y3t_Pn4YeOU9g6BC5Q36-20" connectable="0" parent="y3t_Pn4YeOU9g6BC5Q36-17" style="edgeLabel;html=1;align=center;verticalAlign=middle;resizable=0;points=[];" value="(0,1)" vertex="1">
-           <mxGeometry relative="1" x="0.004" as="geometry">
-             <mxPoint y="-1" as="offset" />
-           </mxGeometry>
        </mxCell>
        <mxCell id="y3t_Pn4YeOU9g6BC5Q36-18" edge="1" parent="1" source="y3t_Pn4YeOU9g6BC5Q36-14" style="edgeStyle=orthogonalEdgeStyle;rounded=0;orthogonalLoop=1;jettySize=auto;html=1;exitX=0.5;exitY=0;exitDx=0;exitDy=0;entryX=0.882;entryY=1.046;entryDx=0;entryDy=0;entryPerimeter=0;endArrow=none;endFill=0;" target="b_x4sNb3qKZ5kGKKdVE0-44">
          <mxGeometry relative="1" as="geometry" />
        </mxCell>
        <mxCell id="y3t_Pn4YeOU9g6BC5Q36-21" connectable="0" parent="y3t_Pn4YeOU9g6BC5Q36-18" style="edgeLabel;html=1;align=center;verticalAlign=middle;resizable=0;points=[];" value="(0,1)" vertex="1">
          <mxGeometry relative="1" x="0.0148" y="2" as="geometry">
            <mxPoint x="-4" y="-3" as="offset" />
          </mxGeometry>
        </mxCell>
        <mxCell id="y3t_Pn4YeOU9g6BC5Q36-23" edge="1" parent="1" style="endArrow=oval;html=1;rounded=0;endFill=1;" value="">
          <mxGeometry height="50" relative="1" width="50" as="geometry">
-             <mxPoint x="815" y="430" as="sourcePoint" />
-             <mxPoint x="865" y="430" as="targetPoint" />
-           </mxGeometry>
-         </mxCell>
-         <mxCell id="y3t_Pn4YeOU9g6BC5Q36-24" edge="1" parent="1" style="endArrow=oval;html=1;rounded=0;endFill=1;" value="">
-           <mxGeometry height="50" relative="1" width="50" as="geometry">
            <mxPoint x="695" y="430" as="sourcePoint" />
            <mxPoint x="745" y="430" as="targetPoint" />
          </mxGeometry>
        </mxCell>
        <mxCell id="y3t_Pn4YeOU9g6BC5Q36-25" edge="1" parent="1" style="endArrow=oval;html=1;rounded=0;endFill=1;" value="">
          <mxGeometry height="50" relative="1" width="50" as="geometry">
            <mxPoint x="935" y="430" as="sourcePoint" />
            <mxPoint x="985" y="430" as="targetPoint" />
          </mxGeometry>
+         </mxCell>
+         <mxCell id="W-jylE7jIWLAd8RtEP09-4" edge="1" parent="1" source="W-jylE7jIWLAd8RtEP09-3" style="edgeStyle=orthogonalEdgeStyle;rounded=0;orthogonalLoop=1;jettySize=auto;html=1;exitX=0;exitY=0.5;exitDx=0;exitDy=0;entryX=1;entryY=0.5;entryDx=0;entryDy=0;endArrow=none;endFill=0;" target="b_x4sNb3qKZ5kGKKdVE0-4">
+           <mxGeometry relative="1" as="geometry" />
+         </mxCell>
+         <mxCell id="W-jylE7jIWLAd8RtEP09-6" connectable="0" parent="W-jylE7jIWLAd8RtEP09-4" style="edgeLabel;html=1;align=center;verticalAlign=middle;resizable=0;points=[];" value="(1,1)" vertex="1">
+           <mxGeometry relative="1" x="0.0212" y="1" as="geometry">
+             <mxPoint y="-2" as="offset" />
+           </mxGeometry>
+         </mxCell>
+         <mxCell id="W-jylE7jIWLAd8RtEP09-3" parent="1" style="rhombus;whiteSpace=wrap;html=1;" value="gestione" vertex="1">
+           <mxGeometry height="40" width="80" x="570" y="90" as="geometry" />
        </mxCell>
      </root>
    </mxGraphModel>
  </diagram>
</mxfile>
